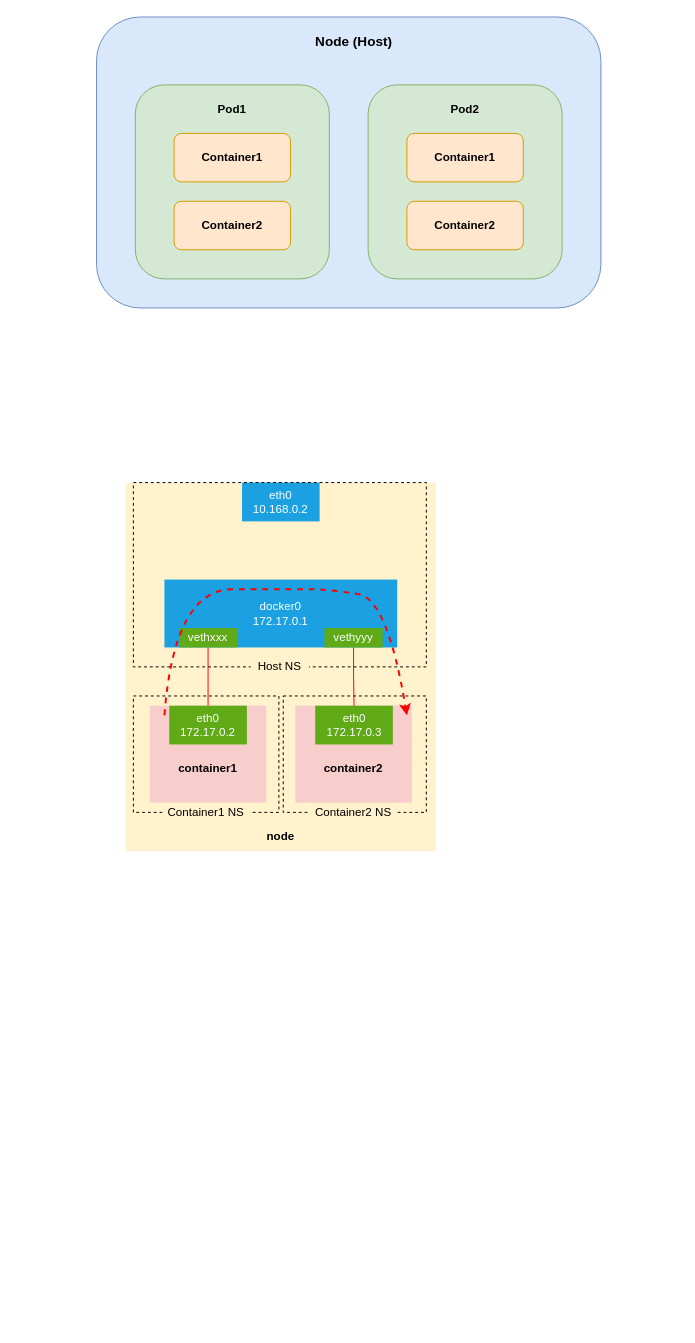
ZiqingYip/moment keeps this draw.io diagram as k8s_basic.drawio. Above is the earlier version. Source tidied: cells renumbered, new cells numbered last; positions are measured from the earlier drawing's top-left corner, leaving out a move shared by most shapes. Both pictures are drawn from the tidied source at 97%, with x=0, y=0 at pixel (96, 16).
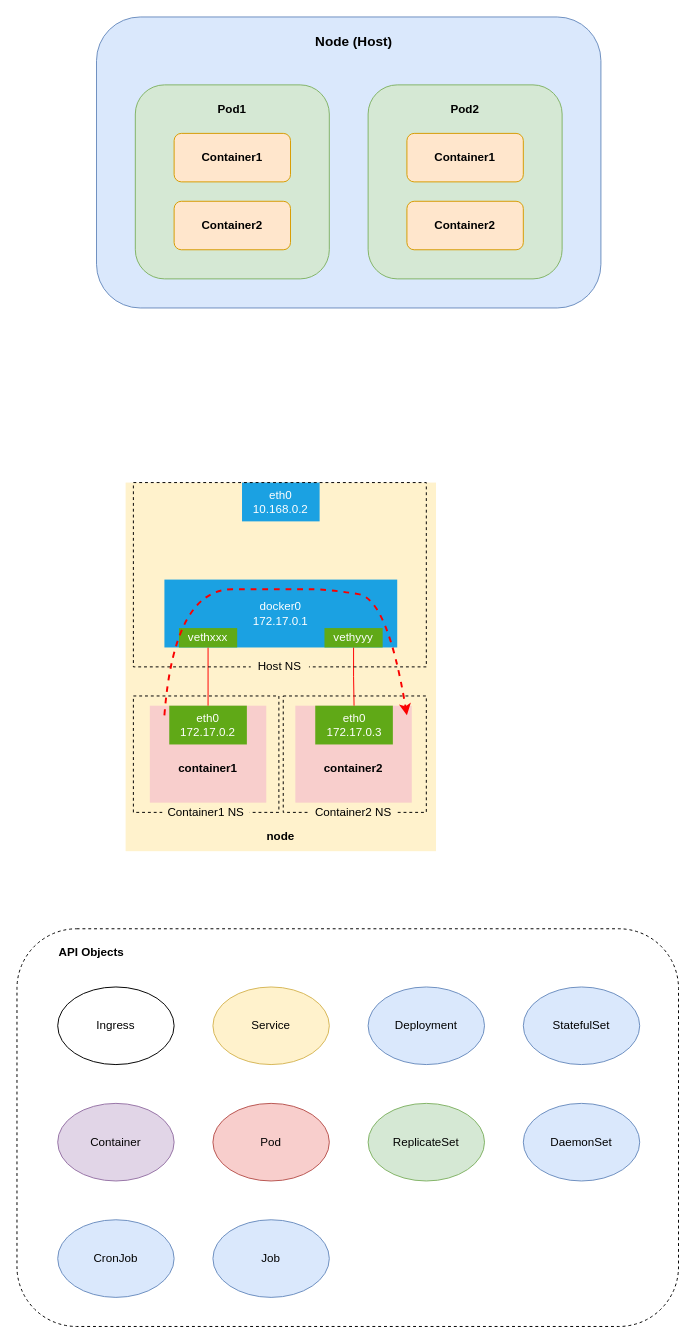
Above is the later version.

The edit, as a diff of the source:
```diff
@@
+    <mxCell id="33" style="rounded=1;whiteSpace=wrap;html=1;fillColor=none;dashed=1;" parent="1" vertex="1">
+      <mxGeometry x="-82" y="940" width="682" height="410" as="geometry" />
+    </mxCell>
@@
+    <mxCell id="34" value="Service" style="ellipse;whiteSpace=wrap;html=1;fillColor=#fff2cc;strokeColor=#d6b656;" parent="1" vertex="1">
+      <mxGeometry x="120" y="1000" width="120" height="80" as="geometry" />
+    </mxCell>
+    <mxCell id="35" value="Deployment" style="ellipse;whiteSpace=wrap;html=1;fillColor=#dae8fc;strokeColor=#6c8ebf;" parent="1" vertex="1">
+      <mxGeometry x="280" y="1000" width="120" height="80" as="geometry" />
+    </mxCell>
+    <mxCell id="36" value="ReplicateSet" style="ellipse;whiteSpace=wrap;html=1;fillColor=#d5e8d4;strokeColor=#82b366;" parent="1" vertex="1">
+      <mxGeometry x="280" y="1120" width="120" height="80" as="geometry" />
+    </mxCell>
+    <mxCell id="37" value="Pod" style="ellipse;whiteSpace=wrap;html=1;fillColor=#f8cecc;strokeColor=#b85450;" parent="1" vertex="1">
+      <mxGeometry x="120" y="1120" width="120" height="80" as="geometry" />
+    </mxCell>
+    <mxCell id="38" value="Container" style="ellipse;whiteSpace=wrap;html=1;fillColor=#e1d5e7;strokeColor=#9673a6;" parent="1" vertex="1">
+      <mxGeometry x="-40" y="1120" width="120" height="80" as="geometry" />
+    </mxCell>
+    <mxCell id="39" value="StatefulSet" style="ellipse;whiteSpace=wrap;html=1;fillColor=#dae8fc;strokeColor=#6c8ebf;" parent="1" vertex="1">
+      <mxGeometry x="440" y="1000" width="120" height="80" as="geometry" />
+    </mxCell>
+    <mxCell id="40" value="DaemonSet" style="ellipse;whiteSpace=wrap;html=1;fillColor=#dae8fc;strokeColor=#6c8ebf;" parent="1" vertex="1">
+      <mxGeometry x="440" y="1120" width="120" height="80" as="geometry" />
+    </mxCell>
+    <mxCell id="41" value="Job" style="ellipse;whiteSpace=wrap;html=1;fillColor=#dae8fc;strokeColor=#6c8ebf;" parent="1" vertex="1">
+      <mxGeometry x="120" y="1240" width="120" height="80" as="geometry" />
+    </mxCell>
+    <mxCell id="42" value="CronJob" style="ellipse;whiteSpace=wrap;html=1;fillColor=#dae8fc;strokeColor=#6c8ebf;" parent="1" vertex="1">
+      <mxGeometry x="-40" y="1240" width="120" height="80" as="geometry" />
+    </mxCell>
+    <mxCell id="43" value="Ingress" style="ellipse;whiteSpace=wrap;html=1;" parent="1" vertex="1">
+      <mxGeometry x="-40" y="1000" width="120" height="80" as="geometry" />
+    </mxCell>
+    <mxCell id="44" value="API Objects" style="text;html=1;strokeColor=none;fillColor=none;align=center;verticalAlign=middle;whiteSpace=wrap;rounded=0;fontStyle=1;" parent="1" vertex="1">
+      <mxGeometry x="-40" y="950" width="70" height="30" as="geometry" />
+    </mxCell>
```
